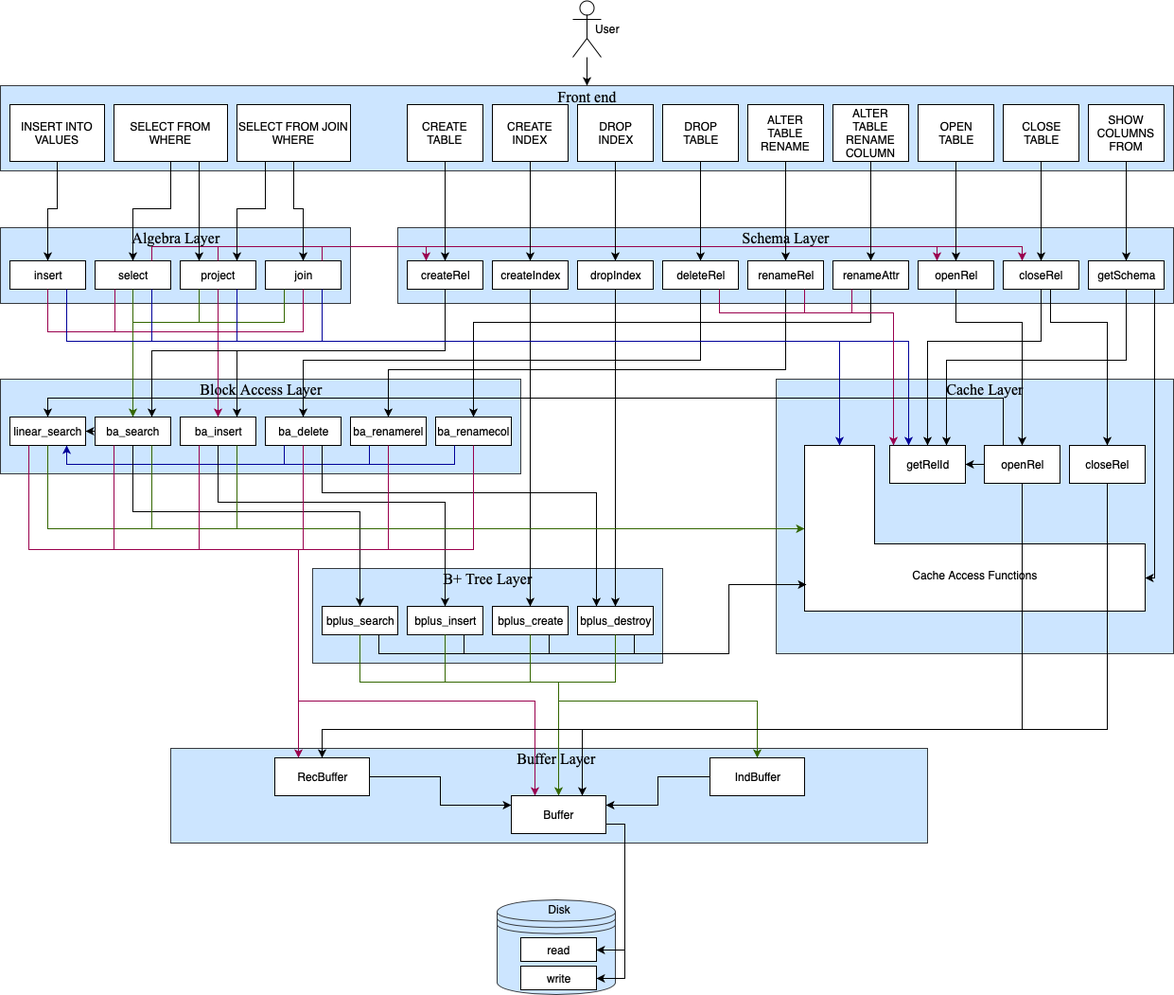
This is img/design/design.png from Nitcbase/nitcbase.github.io, a draw.io export, as it was before one commit. Source tidied: cells renumbered, new cells last; positions are measured from the earlier drawing's top-left corner, leaving out a move shared by most shapes.
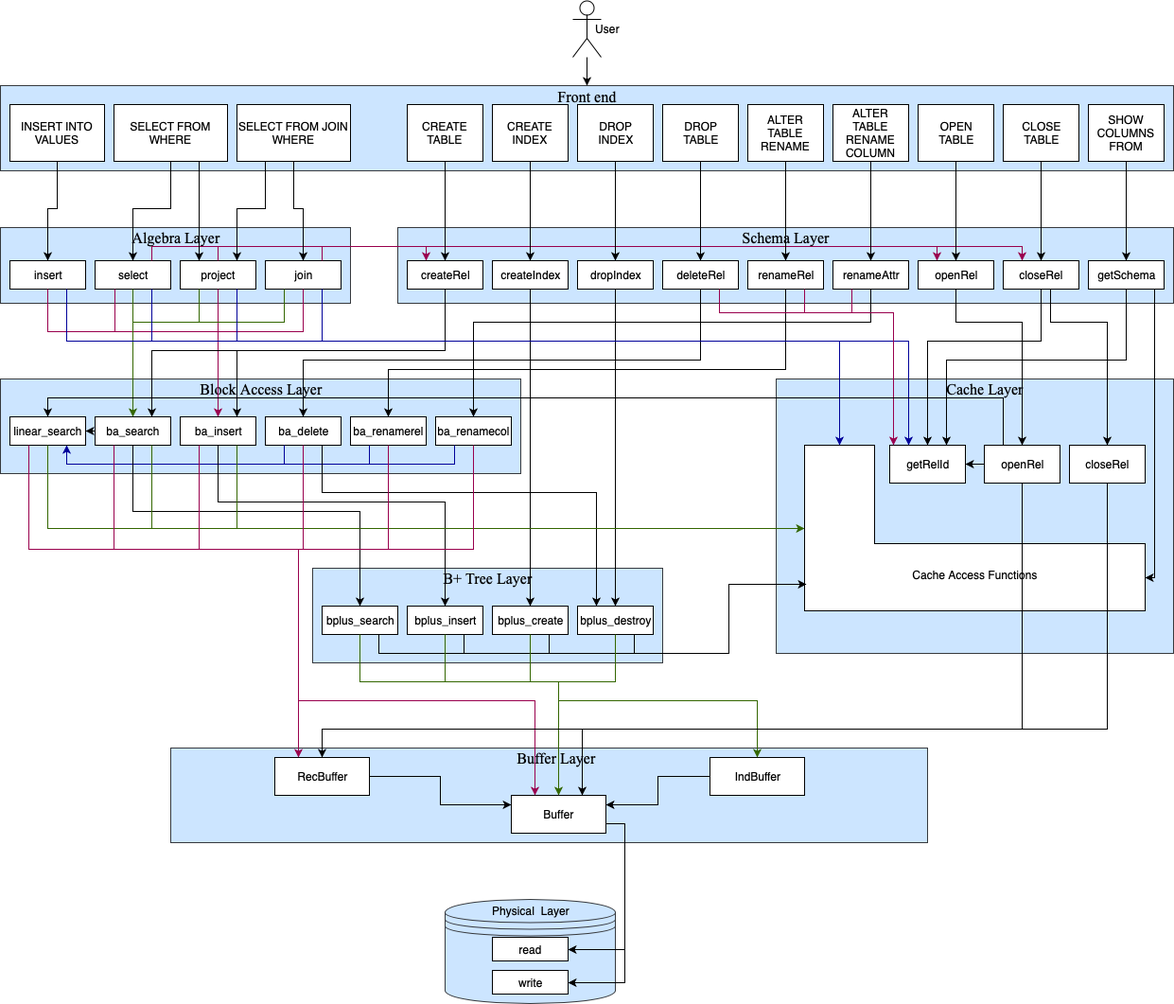
The same diagram one commit later.

Commit message:
desgin diagram modified

What changed in the source:
```diff
@@ -3,7 +3,7 @@
     <mxCell id="0" />
     <mxCell id="1" parent="0" />
     <mxCell id="2" style="shape=datastore;whiteSpace=wrap;html=1;glass=0;fillColor=#cce5ff;strokeColor=#36393d;" parent="1" vertex="1">
-      <mxGeometry x="525" y="950" width="125" height="100" as="geometry" />
+      <mxGeometry x="470" y="950" width="180" height="110" as="geometry" />
     </mxCell>
     <mxCell id="3" style="rounded=0;whiteSpace=wrap;html=1;fillColor=#cce5ff;strokeColor=#36393d;" parent="1" vertex="1">
       <mxGeometry y="90" width="1240" height="90" as="geometry" />
@@ -135,13 +135,13 @@
       <mxGeometry x="290" y="800" width="100" height="40" as="geometry" />
     </mxCell>
     <mxCell id="46" value="read" style="rounded=0;whiteSpace=wrap;html=1;glass=0;fillColor=#ffffff;gradientColor=none;" parent="1" vertex="1">
-      <mxGeometry x="550" y="990" width="80" height="25" as="geometry" />
+      <mxGeometry x="520" y="990" width="80" height="25" as="geometry" />
     </mxCell>
     <mxCell id="47" value="write" style="rounded=0;whiteSpace=wrap;html=1;glass=0;fillColor=#ffffff;gradientColor=none;" parent="1" vertex="1">
-      <mxGeometry x="550" y="1020" width="80" height="25" as="geometry" />
+      <mxGeometry x="520" y="1025" width="80" height="25" as="geometry" />
     </mxCell>
-    <mxCell id="48" value="Disk" style="text;html=1;strokeColor=none;fillColor=none;align=center;verticalAlign=middle;whiteSpace=wrap;rounded=0;glass=0;" parent="1" vertex="1">
-      <mxGeometry x="570" y="950" width="40" height="20" as="geometry" />
+    <mxCell id="48" value="Physical &amp;nbsp;Layer" style="text;html=1;strokeColor=none;fillColor=none;align=center;verticalAlign=middle;whiteSpace=wrap;rounded=0;glass=0;" parent="1" vertex="1">
+      <mxGeometry x="502.5" y="951.5" width="115" height="20" as="geometry" />
     </mxCell>
     <mxCell id="49" value="&lt;p&gt;&lt;font style=&quot;font-size: 16px&quot; face=&quot;Times New Roman&quot;&gt;Buffer Layer&lt;/font&gt;&lt;/p&gt;" style="text;html=1;strokeColor=none;fillColor=none;align=center;verticalAlign=middle;whiteSpace=wrap;rounded=0;" parent="1" vertex="1">
       <mxGeometry x="507.5" y="790" width="160" height="20" as="geometry" />
@@ -156,7 +156,7 @@
       <mxGeometry relative="1" as="geometry">
         <Array as="points">
           <mxPoint />
-          <mxPoint y="163" />
+          <mxPoint y="168" />
         </Array>
       </mxGeometry>
     </mxCell>
```
